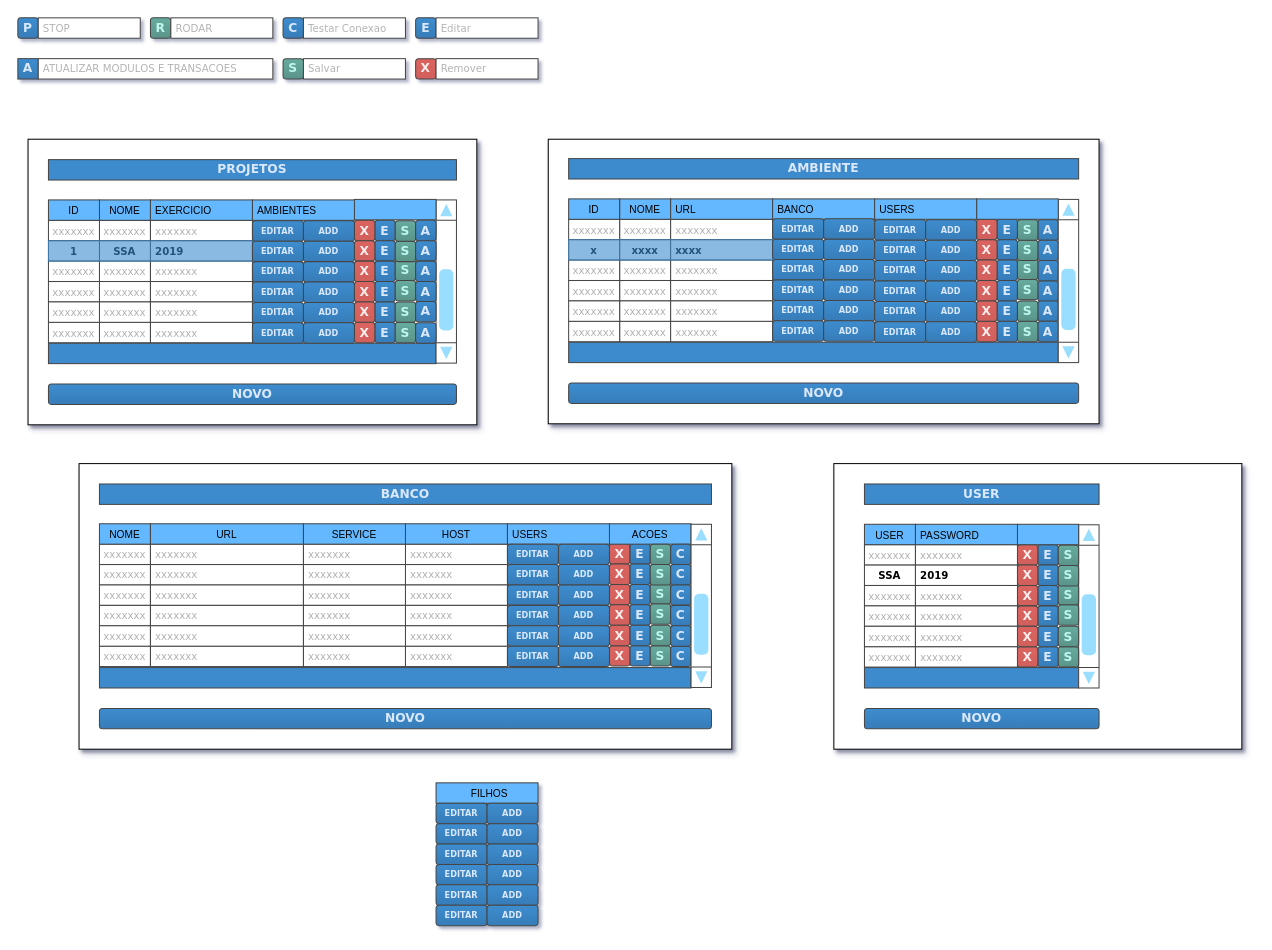
fagnercanto/FTCapp keeps this draw.io diagram as page "ENTIDADES" (1 of 8) of SimplesInterface21 (2).drawio. Above is the earlier version. Source tidied: cells renumbered, new cells numbered last; positions are measured from the earlier drawing's top-left corner, leaving out a move shared by most shapes. Both pictures are drawn from the tidied source at 102%, with x=0, y=0 at pixel (17, 17).
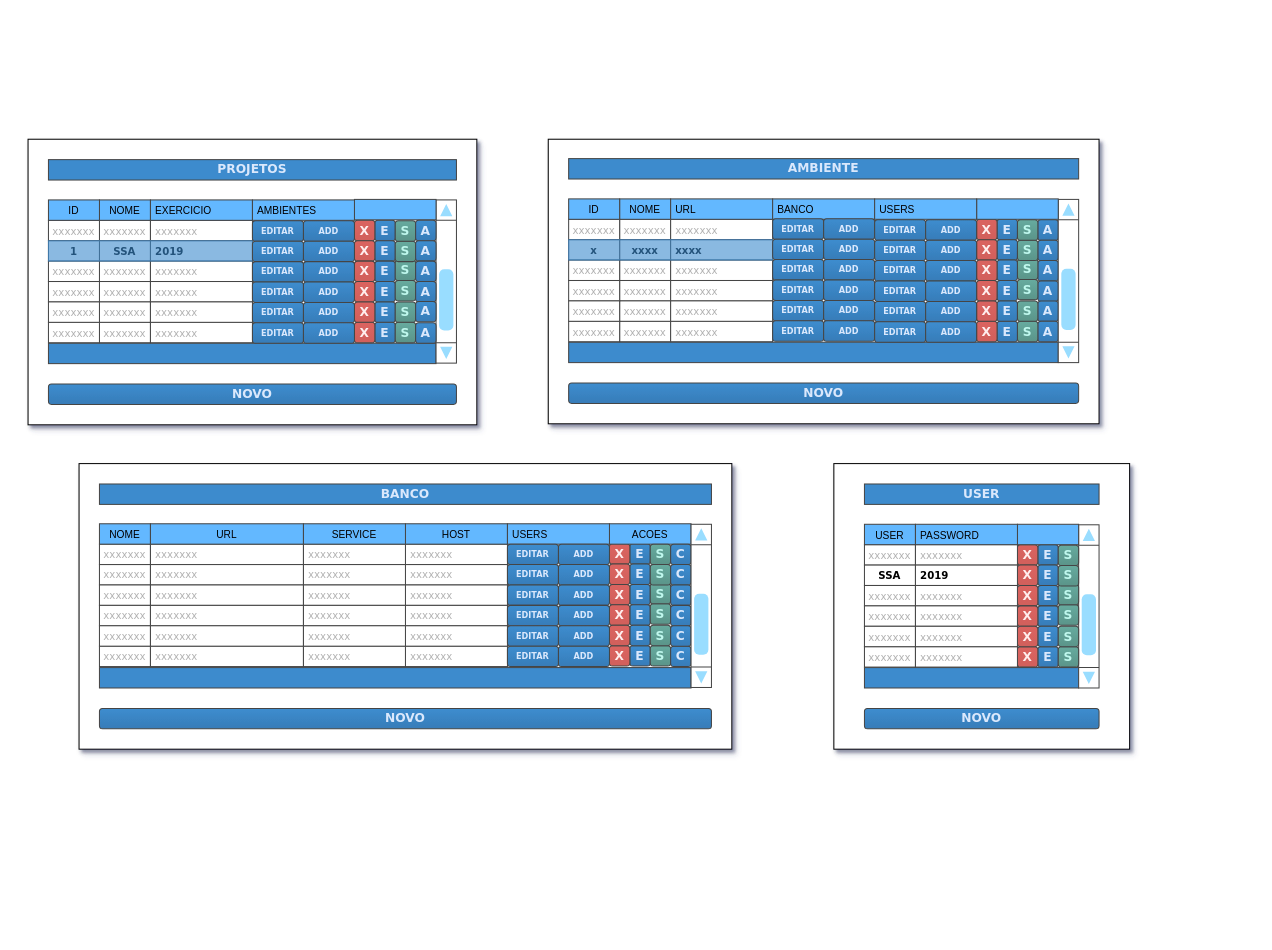
Above is the later version.

The edit, as a diff of the source:
```diff
@@
-    <mxCell id="135" value="&lt;div style=&quot;text-align: center&quot;&gt;C&lt;/div&gt;" style="rounded=1;whiteSpace=wrap;html=1;shadow=0;dashed=0;strokeColor=#454545;strokeWidth=1;fillColor=#3D8DCF;gradientColor=#377CB8;fontFamily=Verdana;fontSize=12;fontColor=#DAE8FC;align=center;flipH=1;flipV=1;fontStyle=1;spacingRight=0;glass=0;labelBackgroundColor=none;gradientDirection=north;" parent="1" vertex="1">
-      <mxGeometry x="260" width="20" height="20" as="geometry" />
-    </mxCell>
-    <mxCell id="136" value="&lt;div style=&quot;text-align: center&quot;&gt;S&lt;/div&gt;" style="rounded=1;whiteSpace=wrap;html=1;shadow=0;dashed=0;strokeColor=#454545;strokeWidth=1;fillColor=#67AB9F;gradientColor=#5A9489;fontFamily=Verdana;fontSize=12;fontColor=#BFF7ED;align=center;flipH=1;flipV=1;fontStyle=1;spacingRight=0;glass=0;labelBackgroundColor=none;gradientDirection=north;" parent="1" vertex="1">
-      <mxGeometry x="260" y="40" width="20" height="20" as="geometry" />
-    </mxCell>
-    <mxCell id="137" value="&lt;div style=&quot;text-align: center&quot;&gt;E&lt;/div&gt;" style="rounded=1;whiteSpace=wrap;html=1;shadow=0;dashed=0;strokeColor=#454545;strokeWidth=1;fillColor=#3D8DCF;gradientColor=#377CB8;fontFamily=Verdana;fontSize=12;fontColor=#DAE8FC;align=center;flipH=1;flipV=1;fontStyle=1;spacingRight=0;glass=0;labelBackgroundColor=none;gradientDirection=north;" parent="1" vertex="1">
-      <mxGeometry x="390" width="20" height="20" as="geometry" />
-    </mxCell>
-    <mxCell id="138" value="&lt;div style=&quot;text-align: center&quot;&gt;X&lt;/div&gt;" style="rounded=1;whiteSpace=wrap;html=1;shadow=0;dashed=0;strokeColor=#454545;strokeWidth=1;fillColor=#D1605B;gradientColor=#DB6460;fontFamily=Verdana;fontSize=12;fontColor=#FFEEEE;align=center;flipH=1;flipV=1;fontStyle=1;spacingRight=0;glass=0;labelBackgroundColor=none;" parent="1" vertex="1">
-      <mxGeometry x="390" y="40" width="20" height="20" as="geometry" />
-    </mxCell>
-    <mxCell id="139" value="Testar Conexao" style="rounded=0;whiteSpace=wrap;html=1;shadow=0;strokeColor=#454545;strokeWidth=1;fillColor=#ffffff;fontFamily=Verdana;fontSize=10;align=left;flipH=1;flipV=1;fontStyle=0;glass=0;labelBackgroundColor=none;spacing=0;verticalAlign=middle;labelBorderColor=none;spacingBottom=0;spacingLeft=5;fontColor=#B3B3B3;" parent="1" vertex="1">
-      <mxGeometry x="280" width="100" height="20" as="geometry" />
-    </mxCell>
-    <mxCell id="140" value="Editar" style="rounded=0;whiteSpace=wrap;html=1;shadow=0;strokeColor=#454545;strokeWidth=1;fillColor=#ffffff;fontFamily=Verdana;fontSize=10;align=left;flipH=1;flipV=1;fontStyle=0;glass=0;labelBackgroundColor=none;spacing=0;verticalAlign=middle;labelBorderColor=none;spacingBottom=0;spacingLeft=5;fontColor=#B3B3B3;" parent="1" vertex="1">
-      <mxGeometry x="410" width="100" height="20" as="geometry" />
-    </mxCell>
-    <mxCell id="141" value="Remover" style="rounded=0;whiteSpace=wrap;html=1;shadow=0;strokeColor=#454545;strokeWidth=1;fillColor=#ffffff;fontFamily=Verdana;fontSize=10;align=left;flipH=1;flipV=1;fontStyle=0;glass=0;labelBackgroundColor=none;spacing=0;verticalAlign=middle;labelBorderColor=none;spacingBottom=0;spacingLeft=5;fontColor=#B3B3B3;" parent="1" vertex="1">
-      <mxGeometry x="410" y="40" width="100" height="20" as="geometry" />
-    </mxCell>
-    <mxCell id="142" value="Salvar" style="rounded=0;whiteSpace=wrap;html=1;shadow=0;strokeColor=#454545;strokeWidth=1;fillColor=#ffffff;fontFamily=Verdana;fontSize=10;align=left;flipH=1;flipV=1;fontStyle=0;glass=0;labelBackgroundColor=none;spacing=0;verticalAlign=middle;labelBorderColor=none;spacingBottom=0;spacingLeft=5;fontColor=#B3B3B3;" parent="1" vertex="1">
-      <mxGeometry x="280" y="40" width="100" height="20" as="geometry" />
-    </mxCell>
-    <mxCell id="143" value="&lt;div style=&quot;text-align: center&quot;&gt;R&lt;/div&gt;" style="rounded=1;whiteSpace=wrap;html=1;shadow=0;dashed=0;strokeColor=#454545;strokeWidth=1;fillColor=#67AB9F;gradientColor=#5A9489;fontFamily=Verdana;fontSize=12;fontColor=#BFF7ED;align=center;flipH=1;flipV=1;fontStyle=1;spacingRight=0;glass=0;labelBackgroundColor=none;gradientDirection=north;" parent="1" vertex="1">
-      <mxGeometry x="130" width="20" height="20" as="geometry" />
-    </mxCell>
-    <mxCell id="144" value="RODAR" style="rounded=0;whiteSpace=wrap;html=1;shadow=0;strokeColor=#454545;strokeWidth=1;fillColor=#ffffff;fontFamily=Verdana;fontSize=10;align=left;flipH=1;flipV=1;fontStyle=0;glass=0;labelBackgroundColor=none;spacing=0;verticalAlign=middle;labelBorderColor=none;spacingBottom=0;spacingLeft=5;fontColor=#B3B3B3;" parent="1" vertex="1">
-      <mxGeometry x="150" width="100" height="20" as="geometry" />
-    </mxCell>
-    <mxCell id="145" value="&lt;div style=&quot;text-align: center&quot;&gt;P&lt;/div&gt;" style="rounded=1;whiteSpace=wrap;html=1;shadow=0;dashed=0;strokeColor=#454545;strokeWidth=1;fillColor=#3D8DCF;gradientColor=#377CB8;fontFamily=Verdana;fontSize=12;fontColor=#DAE8FC;align=center;flipH=1;flipV=1;fontStyle=1;spacingRight=0;glass=0;labelBackgroundColor=none;gradientDirection=north;" parent="1" vertex="1">
-      <mxGeometry width="20" height="20" as="geometry" />
-    </mxCell>
-    <mxCell id="146" value="STOP" style="rounded=0;whiteSpace=wrap;html=1;shadow=0;strokeColor=#454545;strokeWidth=1;fillColor=#ffffff;fontFamily=Verdana;fontSize=10;align=left;flipH=1;flipV=1;fontStyle=0;glass=0;labelBackgroundColor=none;spacing=0;verticalAlign=middle;labelBorderColor=none;spacingBottom=0;spacingLeft=5;fontColor=#B3B3B3;" parent="1" vertex="1">
-      <mxGeometry x="20" width="100" height="20" as="geometry" />
-    </mxCell>
@@
-    <mxCell id="148" value="&lt;div style=&quot;text-align: center&quot;&gt;A&lt;/div&gt;" style="rounded=1;whiteSpace=wrap;html=1;shadow=0;dashed=0;strokeColor=#454545;strokeWidth=1;fillColor=#3D8DCF;gradientColor=#377CB8;fontFamily=Verdana;fontSize=12;fontColor=#DAE8FC;align=center;flipH=1;flipV=1;fontStyle=1;spacingRight=0;glass=0;labelBackgroundColor=none;gradientDirection=north;arcSize=0;" parent="1" vertex="1">
-      <mxGeometry y="40" width="20" height="20" as="geometry" />
-    </mxCell>
-    <mxCell id="149" value="ATUALIZAR MODULOS E TRANSACOES" style="rounded=0;whiteSpace=wrap;html=1;shadow=0;strokeColor=#454545;strokeWidth=1;fillColor=#ffffff;fontFamily=Verdana;fontSize=10;align=left;flipH=1;flipV=1;fontStyle=0;glass=0;labelBackgroundColor=none;spacing=0;verticalAlign=middle;labelBorderColor=none;spacingBottom=0;spacingLeft=5;fontColor=#B3B3B3;" parent="1" vertex="1">
-      <mxGeometry x="20" y="40" width="230" height="20" as="geometry" />
-    </mxCell>
@@
-    <mxCell id="182" value="FILHOS" style="rounded=0;whiteSpace=wrap;html=1;shadow=0;strokeColor=#454545;strokeWidth=1;fillColor=#64B8FF;gradientColor=none;fontFamily=Helvetica;fontSize=10;fontColor=#000000;align=center;flipH=1;flipV=1;labelBackgroundColor=none;verticalAlign=top;labelBorderColor=none;dashed=0;spacing=0;spacingLeft=5;" parent="1" vertex="1">
-      <mxGeometry x="410" y="750" width="100" height="20" as="geometry" />
-    </mxCell>
-    <mxCell id="183" value="&lt;div style=&quot;text-align: center; font-size: 8px;&quot;&gt;EDITAR&lt;/div&gt;" style="rounded=1;whiteSpace=wrap;html=1;shadow=0;dashed=0;strokeColor=#454545;strokeWidth=1;fillColor=#3D8DCF;gradientColor=#377CB8;fontFamily=Verdana;fontSize=8;fontColor=#DAE8FC;align=center;flipH=1;flipV=1;fontStyle=1;spacingRight=0;glass=0;labelBackgroundColor=none;gradientDirection=north;" parent="1" vertex="1">
-      <mxGeometry x="410" y="770" width="50" height="20" as="geometry" />
-    </mxCell>
-    <mxCell id="184" value="&lt;div style=&quot;text-align: center ; font-size: 8px&quot;&gt;ADD&lt;/div&gt;" style="rounded=1;whiteSpace=wrap;html=1;shadow=0;dashed=0;strokeColor=#454545;strokeWidth=1;fillColor=#3D8DCF;gradientColor=#377CB8;fontFamily=Verdana;fontSize=8;fontColor=#DAE8FC;align=center;flipH=1;flipV=1;fontStyle=1;spacingRight=0;glass=0;labelBackgroundColor=none;gradientDirection=north;" parent="1" vertex="1">
-      <mxGeometry x="460" y="770" width="50" height="20" as="geometry" />
-    </mxCell>
-    <mxCell id="185" value="&lt;div style=&quot;text-align: center; font-size: 8px;&quot;&gt;EDITAR&lt;/div&gt;" style="rounded=1;whiteSpace=wrap;html=1;shadow=0;dashed=0;strokeColor=#454545;strokeWidth=1;fillColor=#3D8DCF;gradientColor=#377CB8;fontFamily=Verdana;fontSize=8;fontColor=#DAE8FC;align=center;flipH=1;flipV=1;fontStyle=1;spacingRight=0;glass=0;labelBackgroundColor=none;gradientDirection=north;" parent="1" vertex="1">
-      <mxGeometry x="410" y="790" width="50" height="20" as="geometry" />
-    </mxCell>
-    <mxCell id="186" value="&lt;div style=&quot;text-align: center ; font-size: 8px&quot;&gt;ADD&lt;/div&gt;" style="rounded=1;whiteSpace=wrap;html=1;shadow=0;dashed=0;strokeColor=#454545;strokeWidth=1;fillColor=#3D8DCF;gradientColor=#377CB8;fontFamily=Verdana;fontSize=8;fontColor=#DAE8FC;align=center;flipH=1;flipV=1;fontStyle=1;spacingRight=0;glass=0;labelBackgroundColor=none;gradientDirection=north;" parent="1" vertex="1">
-      <mxGeometry x="460" y="790" width="50" height="20" as="geometry" />
-    </mxCell>
-    <mxCell id="187" value="&lt;div style=&quot;text-align: center; font-size: 8px;&quot;&gt;EDITAR&lt;/div&gt;" style="rounded=1;whiteSpace=wrap;html=1;shadow=0;dashed=0;strokeColor=#454545;strokeWidth=1;fillColor=#3D8DCF;gradientColor=#377CB8;fontFamily=Verdana;fontSize=8;fontColor=#DAE8FC;align=center;flipH=1;flipV=1;fontStyle=1;spacingRight=0;glass=0;labelBackgroundColor=none;gradientDirection=north;" parent="1" vertex="1">
-      <mxGeometry x="410" y="810" width="50" height="20" as="geometry" />
-    </mxCell>
-    <mxCell id="188" value="&lt;div style=&quot;text-align: center ; font-size: 8px&quot;&gt;ADD&lt;/div&gt;" style="rounded=1;whiteSpace=wrap;html=1;shadow=0;dashed=0;strokeColor=#454545;strokeWidth=1;fillColor=#3D8DCF;gradientColor=#377CB8;fontFamily=Verdana;fontSize=8;fontColor=#DAE8FC;align=center;flipH=1;flipV=1;fontStyle=1;spacingRight=0;glass=0;labelBackgroundColor=none;gradientDirection=north;" parent="1" vertex="1">
-      <mxGeometry x="460" y="810" width="50" height="20" as="geometry" />
-    </mxCell>
-    <mxCell id="189" value="&lt;div style=&quot;text-align: center; font-size: 8px;&quot;&gt;EDITAR&lt;/div&gt;" style="rounded=1;whiteSpace=wrap;html=1;shadow=0;dashed=0;strokeColor=#454545;strokeWidth=1;fillColor=#3D8DCF;gradientColor=#377CB8;fontFamily=Verdana;fontSize=8;fontColor=#DAE8FC;align=center;flipH=1;flipV=1;fontStyle=1;spacingRight=0;glass=0;labelBackgroundColor=none;gradientDirection=north;" parent="1" vertex="1">
-      <mxGeometry x="410" y="830" width="50" height="20" as="geometry" />
-    </mxCell>
-    <mxCell id="190" value="&lt;div style=&quot;text-align: center ; font-size: 8px&quot;&gt;ADD&lt;/div&gt;" style="rounded=1;whiteSpace=wrap;html=1;shadow=0;dashed=0;strokeColor=#454545;strokeWidth=1;fillColor=#3D8DCF;gradientColor=#377CB8;fontFamily=Verdana;fontSize=8;fontColor=#DAE8FC;align=center;flipH=1;flipV=1;fontStyle=1;spacingRight=0;glass=0;labelBackgroundColor=none;gradientDirection=north;" parent="1" vertex="1">
-      <mxGeometry x="460" y="830" width="50" height="20" as="geometry" />
-    </mxCell>
-    <mxCell id="191" value="&lt;div style=&quot;text-align: center; font-size: 8px;&quot;&gt;EDITAR&lt;/div&gt;" style="rounded=1;whiteSpace=wrap;html=1;shadow=0;dashed=0;strokeColor=#454545;strokeWidth=1;fillColor=#3D8DCF;gradientColor=#377CB8;fontFamily=Verdana;fontSize=8;fontColor=#DAE8FC;align=center;flipH=1;flipV=1;fontStyle=1;spacingRight=0;glass=0;labelBackgroundColor=none;gradientDirection=north;" parent="1" vertex="1">
-      <mxGeometry x="410" y="850" width="50" height="20" as="geometry" />
-    </mxCell>
-    <mxCell id="192" value="&lt;div style=&quot;text-align: center ; font-size: 8px&quot;&gt;ADD&lt;/div&gt;" style="rounded=1;whiteSpace=wrap;html=1;shadow=0;dashed=0;strokeColor=#454545;strokeWidth=1;fillColor=#3D8DCF;gradientColor=#377CB8;fontFamily=Verdana;fontSize=8;fontColor=#DAE8FC;align=center;flipH=1;flipV=1;fontStyle=1;spacingRight=0;glass=0;labelBackgroundColor=none;gradientDirection=north;" parent="1" vertex="1">
-      <mxGeometry x="460" y="850" width="50" height="20" as="geometry" />
-    </mxCell>
-    <mxCell id="193" value="&lt;div style=&quot;text-align: center; font-size: 8px;&quot;&gt;EDITAR&lt;/div&gt;" style="rounded=1;whiteSpace=wrap;html=1;shadow=0;dashed=0;strokeColor=#454545;strokeWidth=1;fillColor=#3D8DCF;gradientColor=#377CB8;fontFamily=Verdana;fontSize=8;fontColor=#DAE8FC;align=center;flipH=1;flipV=1;fontStyle=1;spacingRight=0;glass=0;labelBackgroundColor=none;gradientDirection=north;" parent="1" vertex="1">
-      <mxGeometry x="410" y="870" width="50" height="20" as="geometry" />
-    </mxCell>
-    <mxCell id="194" value="&lt;div style=&quot;text-align: center ; font-size: 8px&quot;&gt;ADD&lt;/div&gt;" style="rounded=1;whiteSpace=wrap;html=1;shadow=0;dashed=0;strokeColor=#454545;strokeWidth=1;fillColor=#3D8DCF;gradientColor=#377CB8;fontFamily=Verdana;fontSize=8;fontColor=#DAE8FC;align=center;flipH=1;flipV=1;fontStyle=1;spacingRight=0;glass=0;labelBackgroundColor=none;gradientDirection=north;" parent="1" vertex="1">
-      <mxGeometry x="460" y="870" width="50" height="20" as="geometry" />
-    </mxCell>
@@
     <mxCell id="243" style="rounded=0;whiteSpace=wrap;html=1;shadow=1;strokeColor=#000000;strokeWidth=1;fillColor=#ffffff;gradientColor=none;fontFamily=Verdana;fontSize=30;fontColor=#FFFFFF;align=left;" parent="1" vertex="1">
-      <mxGeometry x="800" y="437" width="400" height="280" as="geometry" />
+      <mxGeometry x="800" y="437" width="290" height="280" as="geometry" />
     </mxCell>
```
